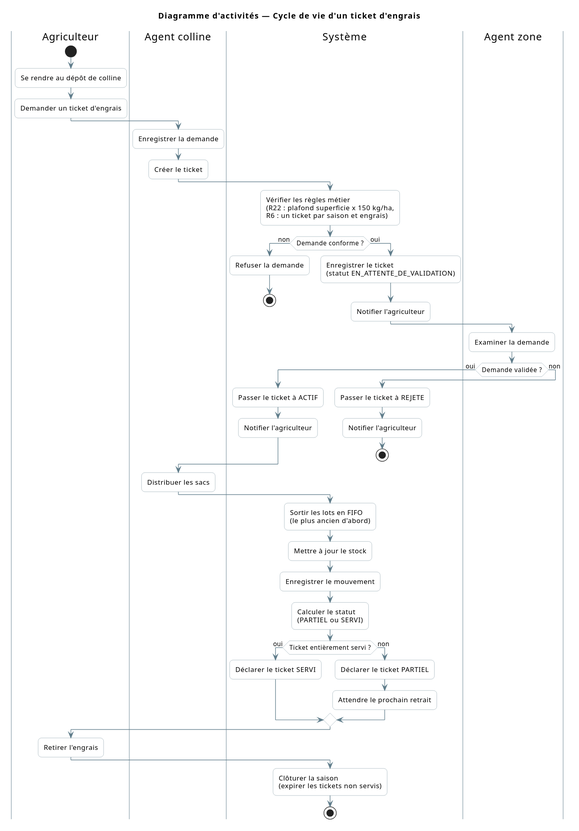
Earlier version of the PlantUML export memoire_assets/activity_diagram.svg (Davy-Antosper/memoire). Its diagram source:
```plantuml
@startuml
title Diagramme d'activités — Cycle de vie d'un ticket d'engrais
skinparam shadowing false
skinparam roundCorner 12
skinparam DefaultFontName "Segoe UI"
skinparam ArrowColor #607D8B
skinparam ActivityBackgroundColor #FFFFFF
skinparam ActivityBorderColor #90A4AE
skinparam SwimlaneBorderColor #B0BEC5
skinparam conditionStyle inside

|Agriculteur|
start
:Se rendre au dépôt de colline;
:Demander un ticket d'engrais;

|Agent colline|
:Enregistrer la demande;
:Créer le ticket;

|Système|
:Vérifier les règles métier
(R22 : plafond superficie x 150 kg/ha,
R6 : un ticket par saison et engrais);

if (Demande conforme ?) then (non)
  :Refuser la demande;
  stop
else (oui)
  :Enregistrer le ticket
  (statut EN_ATTENTE_DE_VALIDATION);
  :Notifier l'agriculteur;
endif

|Agent zone|
:Examiner la demande;

if (Demande validée ?) then (oui)
  |Système|
  :Passer le ticket à ACTIF;
  :Notifier l'agriculteur;
else (non)
  |Système|
  :Passer le ticket à REJETE;
  :Notifier l'agriculteur;
  stop
endif

|Agent colline|
:Distribuer les sacs;

|Système|
:Sortir les lots en FIFO
(le plus ancien d'abord);
:Mettre à jour le stock;
:Enregistrer le mouvement;
:Calculer le statut
(PARTIEL ou SERVI);

if (Ticket entièrement servi ?) then (oui)
  :Déclarer le ticket SERVI;
else (non)
  :Déclarer le ticket PARTIEL;
  :Attendre le prochain retrait;
endif

|Agriculteur|
:Retirer l'engrais;

|Système|
:Clôturer la saison
(expirer les tickets non servis);
stop
@enduml
```
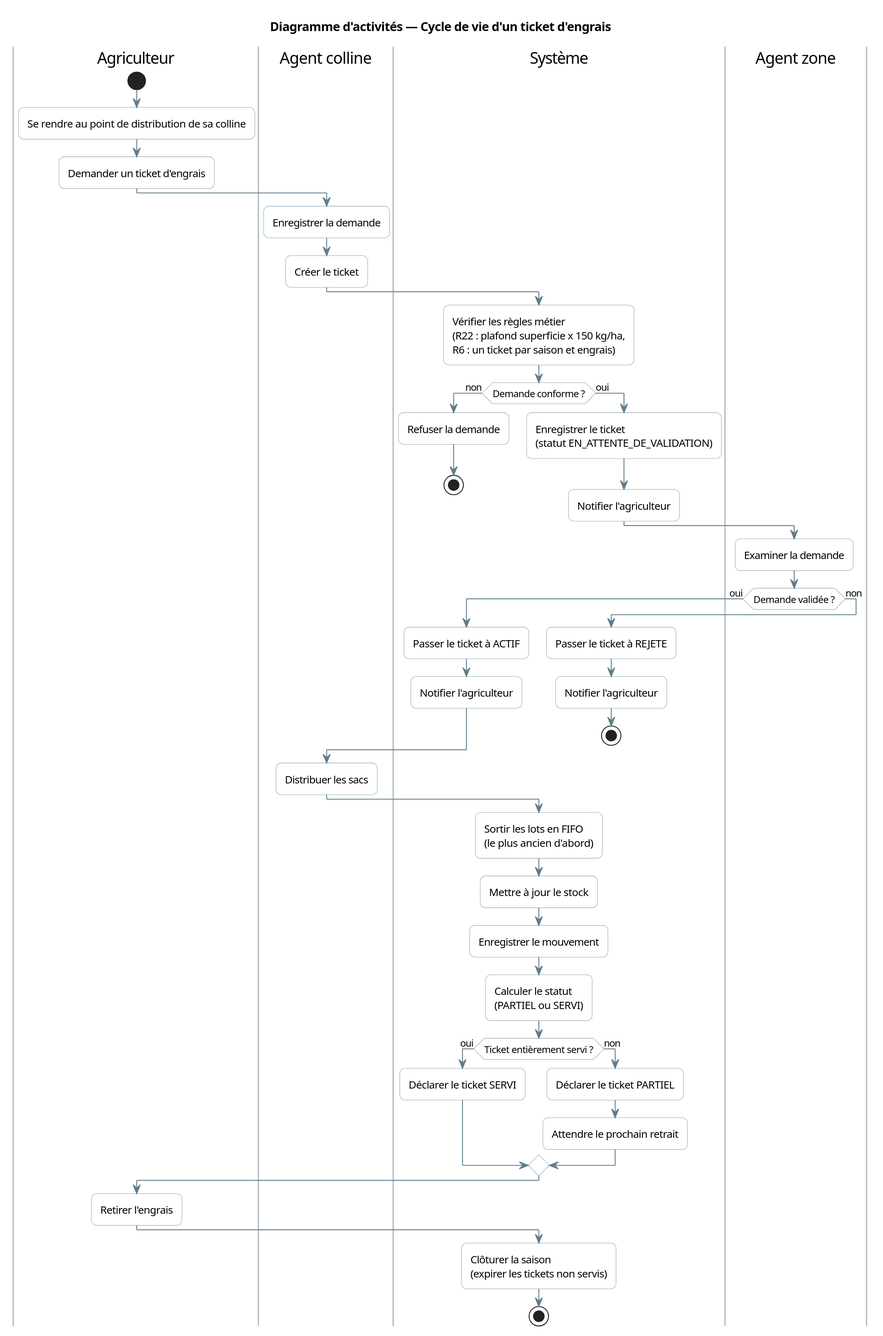
The same diagram one commit later.

Diff of the diagram source:
```diff
@@ -3,6 +3,7 @@
 skinparam shadowing false
 skinparam roundCorner 12
 skinparam DefaultFontName "Segoe UI"
+skinparam dpi 150
 skinparam ArrowColor #607D8B
 skinparam ActivityBackgroundColor #FFFFFF
 skinparam ActivityBorderColor #90A4AE
@@ -11,7 +12,7 @@
 
 |Agriculteur|
 start
-:Se rendre au dépôt de colline;
+:Se rendre au point de distribution de sa colline;
 :Demander un ticket d'engrais;
 
 |Agent colline|
```
